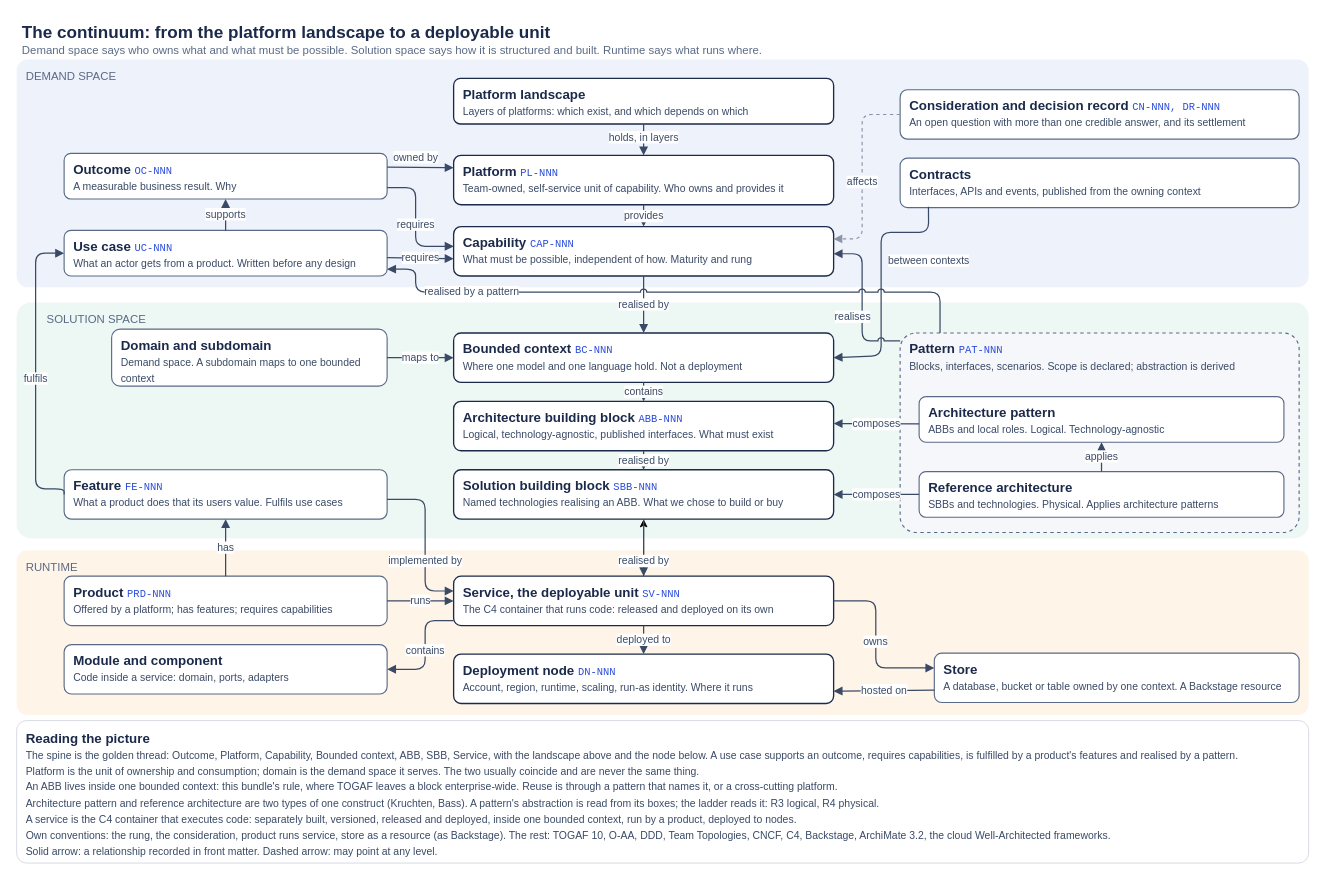
The draw.io diagram docs/continuum.drawio in dermot-obrien/ai-assisted-architecture, before the edit. Source tidied: cells renumbered, new cells numbered last; positions are measured from the earlier drawing's top-left corner, leaving out a move shared by most shapes. Both pictures are drawn from the tidied source at 95%, with x=0, y=0 at pixel (16, 16).
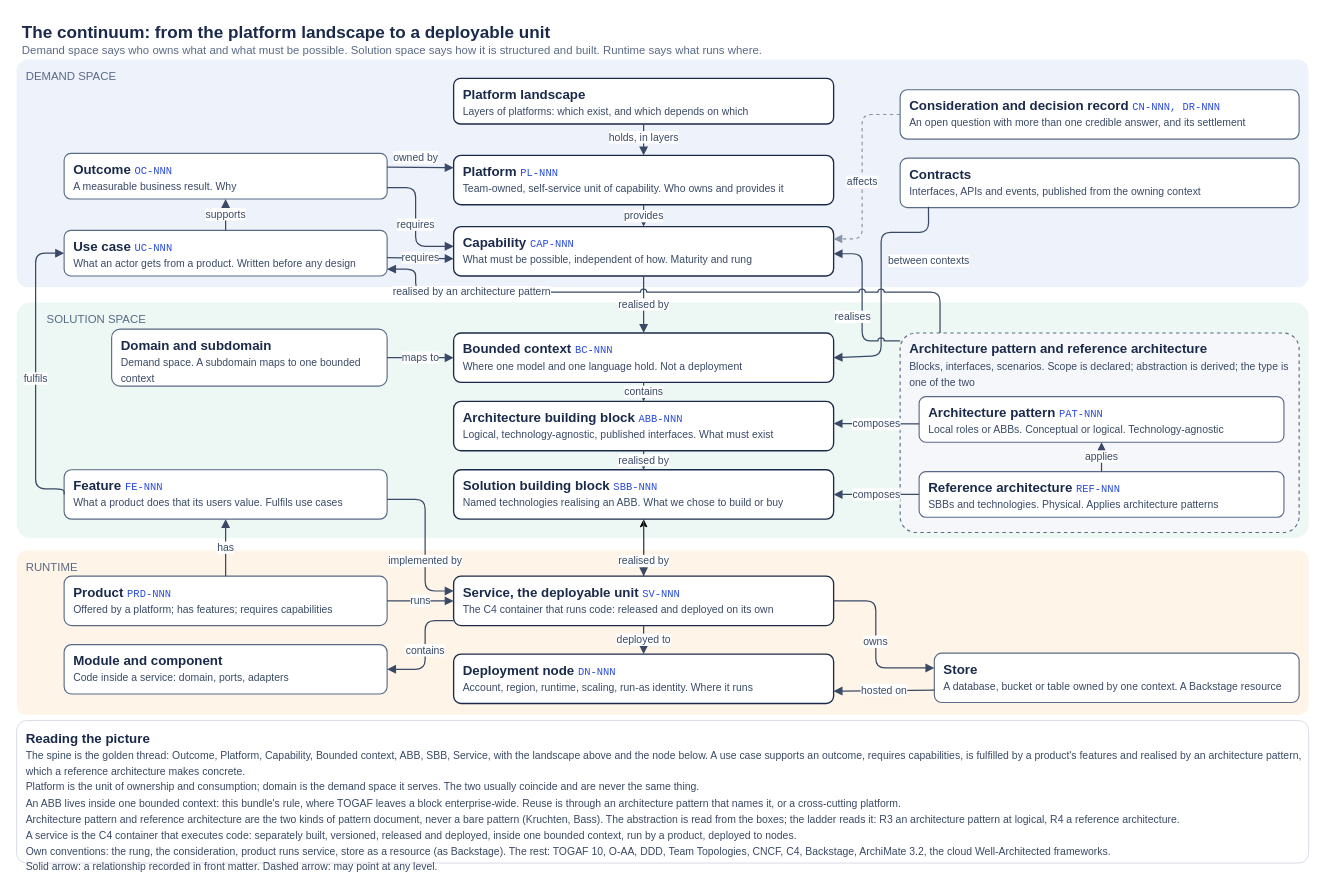
The same page after the edit.

Unchanged cells that the change refers to:
```xml
<mxCell id="23" value="&lt;b&gt;Use case&lt;/b&gt; &lt;font color=&quot;#2a4cdb&quot; face=&quot;Consolas&quot; style=&quot;font-size:11px&quot;&gt;UC-NNN&lt;/font&gt;&lt;br&gt;&lt;font style=&quot;font-size:11px&quot; color=&quot;#3a4a66&quot;&gt;What an actor gets from a product. Written before any design&lt;/font&gt;" style="rounded=1;whiteSpace=wrap;html=1;fillColor=#FFFFFF;strokeColor=#5A6A86;strokeWidth=1.2;fontColor=#1B2A4A;fontSize=14;align=left;verticalAlign=top;spacingLeft=8;spacingTop=2;" parent="1" vertex="1">
  <mxGeometry x="50" y="225" width="340" height="48" as="geometry" />
</mxCell>
```

Change to the diagram source:
```diff
@@
-    <mxCell id="35" value="&lt;b&gt;Pattern&lt;/b&gt; &lt;font color=&quot;#2a4cdb&quot; face=&quot;Consolas&quot; style=&quot;font-size:11px&quot;&gt;PAT-NNN&lt;/font&gt;&lt;br&gt;&lt;font style=&quot;font-size:11px&quot; color=&quot;#3a4a66&quot;&gt;Blocks, interfaces, scenarios. Scope is declared; abstraction is derived&lt;/font&gt;" style="rounded=1;whiteSpace=wrap;html=1;fillColor=#F6F7FA;strokeColor=#5A6A86;strokeWidth=1.2;dashed=1;fontColor=#1B2A4A;fontSize=14;align=left;verticalAlign=top;spacingLeft=8;spacingTop=2;arcSize=8;" parent="1" vertex="1">
+    <mxCell id="35" value="&lt;b&gt;Architecture pattern and reference architecture&lt;/b&gt;&lt;br&gt;&lt;font style=&quot;font-size:11px&quot; color=&quot;#3a4a66&quot;&gt;Blocks, interfaces, scenarios. Scope is declared; abstraction is derived; the type is one of the two&lt;/font&gt;" style="rounded=1;whiteSpace=wrap;html=1;fillColor=#F6F7FA;strokeColor=#5A6A86;strokeWidth=1.2;dashed=1;fontColor=#1B2A4A;fontSize=14;align=left;verticalAlign=top;spacingLeft=8;spacingTop=2;arcSize=8;" parent="1" vertex="1">
       <mxGeometry x="930" y="333" width="420" height="210" as="geometry" />
     </mxCell>
-    <mxCell id="36" value="&lt;b&gt;Architecture pattern&lt;/b&gt;&lt;br&gt;&lt;font style=&quot;font-size:11px&quot; color=&quot;#3a4a66&quot;&gt;ABBs and local roles. Logical. Technology-agnostic&lt;/font&gt;" style="rounded=1;whiteSpace=wrap;html=1;fillColor=#FFFFFF;strokeColor=#5A6A86;strokeWidth=1.2;fontColor=#1B2A4A;fontSize=14;align=left;verticalAlign=top;spacingLeft=8;spacingTop=2;" parent="1" vertex="1">
+    <mxCell id="36" value="&lt;b&gt;Architecture pattern&lt;/b&gt; &lt;font color=&quot;#2a4cdb&quot; face=&quot;Consolas&quot; style=&quot;font-size:11px&quot;&gt;PAT-NNN&lt;/font&gt;&lt;br&gt;&lt;font style=&quot;font-size:11px&quot; color=&quot;#3a4a66&quot;&gt;Local roles or ABBs. Conceptual or logical. Technology-agnostic&lt;/font&gt;" style="rounded=1;whiteSpace=wrap;html=1;fillColor=#FFFFFF;strokeColor=#5A6A86;strokeWidth=1.2;fontColor=#1B2A4A;fontSize=14;align=left;verticalAlign=top;spacingLeft=8;spacingTop=2;" parent="1" vertex="1">
       <mxGeometry x="950" y="400" width="384" height="48" as="geometry" />
     </mxCell>
-    <mxCell id="37" value="&lt;b&gt;Reference architecture&lt;/b&gt;&lt;br&gt;&lt;font style=&quot;font-size:11px&quot; color=&quot;#3a4a66&quot;&gt;SBBs and technologies. Physical. Applies architecture patterns&lt;/font&gt;" style="rounded=1;whiteSpace=wrap;html=1;fillColor=#FFFFFF;strokeColor=#5A6A86;strokeWidth=1.2;fontColor=#1B2A4A;fontSize=14;align=left;verticalAlign=top;spacingLeft=8;spacingTop=2;" parent="1" vertex="1">
+    <mxCell id="37" value="&lt;b&gt;Reference architecture&lt;/b&gt; &lt;font color=&quot;#2a4cdb&quot; face=&quot;Consolas&quot; style=&quot;font-size:11px&quot;&gt;REF-NNN&lt;/font&gt;&lt;br&gt;&lt;font style=&quot;font-size:11px&quot; color=&quot;#3a4a66&quot;&gt;SBBs and technologies. Physical. Applies architecture patterns&lt;/font&gt;" style="rounded=1;whiteSpace=wrap;html=1;fillColor=#FFFFFF;strokeColor=#5A6A86;strokeWidth=1.2;fontColor=#1B2A4A;fontSize=14;align=left;verticalAlign=top;spacingLeft=8;spacingTop=2;" parent="1" vertex="1">
       <mxGeometry x="950" y="479" width="384" height="48" as="geometry" />
     </mxCell>
@@
-    <mxCell id="47" value="&lt;b&gt;Reading the picture&lt;/b&gt;&lt;br&gt;&lt;font style=&quot;font-size:11px&quot; color=&quot;#3a4a66&quot;&gt;The spine is the golden thread: Outcome, Platform, Capability, Bounded context, ABB, SBB, Service, with the landscape above and the node below. A use case supports an outcome, requires capabilities, is fulfilled by a product's features and realised by a pattern.&lt;br&gt;Platform is the unit of ownership and consumption; domain is the demand space it serves. The two usually coincide and are never the same thing.&lt;br&gt;An ABB lives inside one bounded context: this bundle's rule, where TOGAF leaves a block enterprise-wide. Reuse is through a pattern that names it, or a cross-cutting platform.&lt;br&gt;Architecture pattern and reference architecture are two types of one construct (Kruchten, Bass). A pattern's abstraction is read from its boxes; the ladder reads it: R3 logical, R4 physical.&lt;br&gt;A service is the C4 container that executes code: separately built, versioned, released and deployed, inside one bounded context, run by a product, deployed to nodes.&lt;br&gt;Own conventions: the rung, the consideration, product runs service, store as a resource (as Backstage). The rest: TOGAF 10, O-AA, DDD, Team Topologies, CNCF, C4, Backstage, ArchiMate 3.2, the cloud Well-Architected frameworks.&lt;br&gt;Solid arrow: a relationship recorded in front matter. Dashed arrow: may point at any level.&lt;/font&gt;" style="rounded=1;whiteSpace=wrap;html=1;fillColor=#FFFFFF;strokeColor=#D6DAE3;fontColor=#1B2A4A;fontSize=14;align=left;verticalAlign=top;spacingLeft=8;spacingTop=4;arcSize=7;" parent="1" vertex="1">
+    <mxCell id="47" value="&lt;b&gt;Reading the picture&lt;/b&gt;&lt;br&gt;&lt;font style=&quot;font-size:11px&quot; color=&quot;#3a4a66&quot;&gt;The spine is the golden thread: Outcome, Platform, Capability, Bounded context, ABB, SBB, Service, with the landscape above and the node below. A use case supports an outcome, requires capabilities, is fulfilled by a product's features and realised by an architecture pattern, which a reference architecture makes concrete.&lt;br&gt;Platform is the unit of ownership and consumption; domain is the demand space it serves. The two usually coincide and are never the same thing.&lt;br&gt;An ABB lives inside one bounded context: this bundle's rule, where TOGAF leaves a block enterprise-wide. Reuse is through an architecture pattern that names it, or a cross-cutting platform.&lt;br&gt;Architecture pattern and reference architecture are the two kinds of pattern document, never a bare pattern (Kruchten, Bass). The abstraction is read from the boxes; the ladder reads it: R3 an architecture pattern at logical, R4 a reference architecture.&lt;br&gt;A service is the C4 container that executes code: separately built, versioned, released and deployed, inside one bounded context, run by a product, deployed to nodes.&lt;br&gt;Own conventions: the rung, the consideration, product runs service, store as a resource (as Backstage). The rest: TOGAF 10, O-AA, DDD, Team Topologies, CNCF, C4, Backstage, ArchiMate 3.2, the cloud Well-Architected frameworks.&lt;br&gt;Solid arrow: a relationship recorded in front matter. Dashed arrow: may point at any level.&lt;/font&gt;" style="rounded=1;whiteSpace=wrap;html=1;fillColor=#FFFFFF;strokeColor=#D6DAE3;fontColor=#1B2A4A;fontSize=14;align=left;verticalAlign=top;spacingLeft=8;spacingTop=4;arcSize=7;" parent="1" vertex="1">
       <mxGeometry y="741" width="1360" height="150" as="geometry" />
     </mxCell>
@@
-    <mxCell id="50" value="realised by a pattern" style="edgeStyle=orthogonalEdgeStyle;rounded=1;html=1;strokeColor=#3A4A66;strokeWidth=1.3;fontColor=#3A4A66;fontSize=11;labelBackgroundColor=#FFFFFF;endArrow=block;endFill=1;exitX=0.1;exitY=0;entryX=1;entryY=0.85;jumpStyle=arc;" parent="1" edge="1" source="35" target="23">
+    <mxCell id="50" value="realised by an architecture pattern" style="edgeStyle=orthogonalEdgeStyle;rounded=1;html=1;strokeColor=#3A4A66;strokeWidth=1.3;fontColor=#3A4A66;fontSize=11;labelBackgroundColor=#FFFFFF;endArrow=block;endFill=1;exitX=0.1;exitY=0;entryX=1;entryY=0.85;jumpStyle=arc;" parent="1" edge="1" source="35" target="23">
       <mxGeometry x="0.65" relative="1" as="geometry">
         <Array as="points">
           <mxPoint x="972" y="290" />
           <mxPoint x="420" y="290" />
           <mxPoint x="420" y="266" />
         </Array>
       </mxGeometry>
     </mxCell>
```
